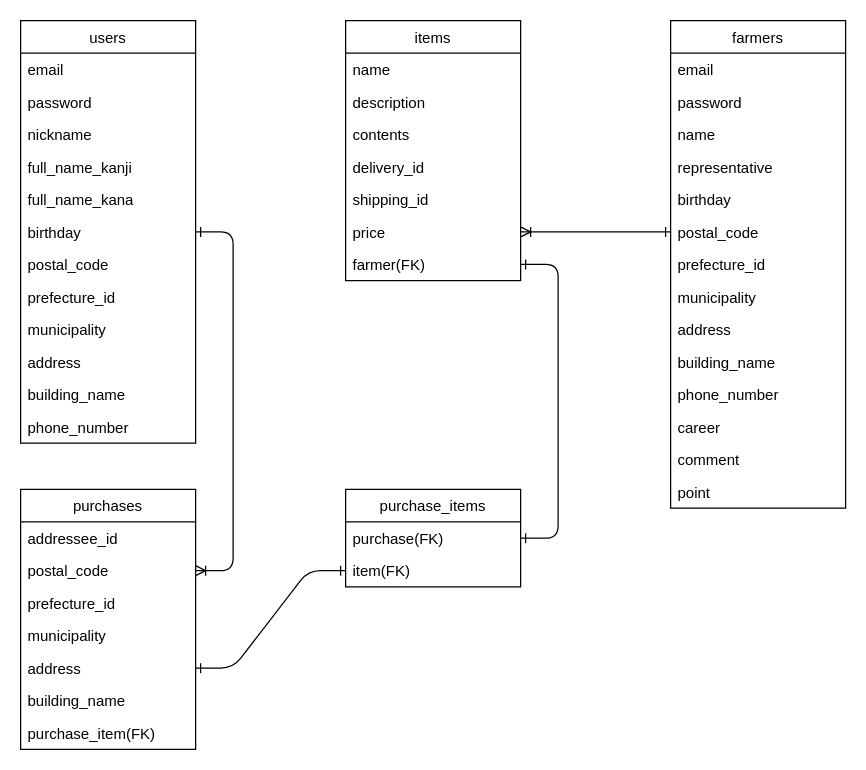
nina2728/vegetabel keeps this draw.io diagram as vegetabel.dio. Above is the earlier version. Source tidied: cells renumbered, new cells numbered last; positions are measured from the earlier drawing's top-left corner, leaving out a move shared by most shapes. Both pictures are drawn from the tidied source at 125%, with x=0, y=0 at pixel (20, 20).
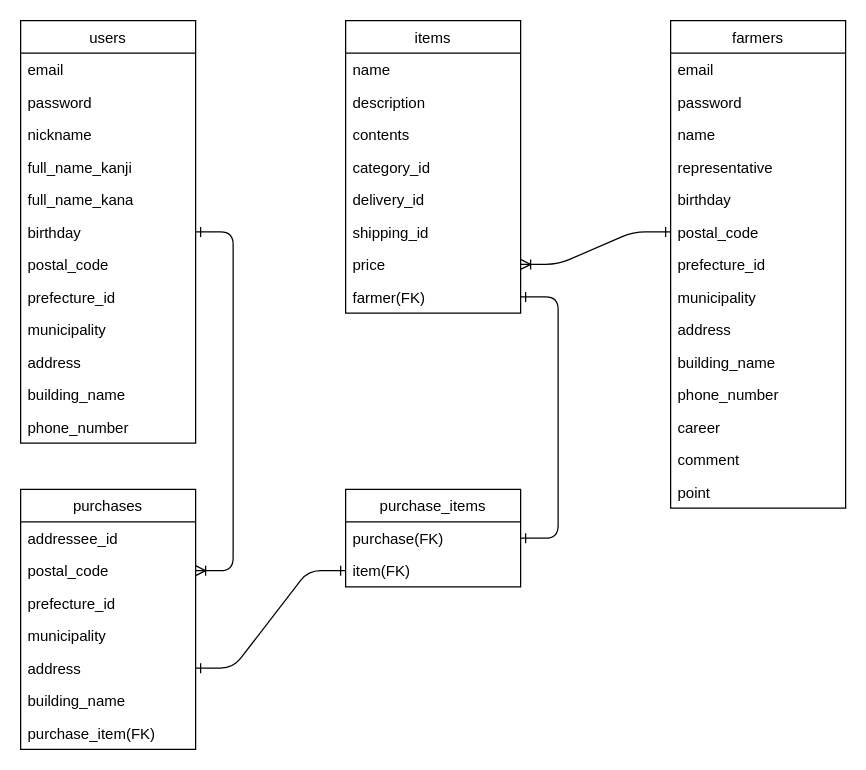
The same diagram, later.

The edit, as a diff of the source:
```diff
@@
     <mxCell id="41" value="items" style="swimlane;fontStyle=0;horizontal=1;startSize=26;" parent="1" vertex="1">
-      <mxGeometry x="260" width="140" height="208" as="geometry" />
+      <mxGeometry x="260" width="140" height="234" as="geometry" />
     </mxCell>
@@
+    <mxCell id="53" value="category_id" style="text;strokeColor=none;fillColor=none;align=left;verticalAlign=top;spacingLeft=4;spacingRight=4;overflow=hidden;" parent="41" vertex="1">
+      <mxGeometry y="104" width="140" height="26" as="geometry" />
+    </mxCell>
     <mxCell id="45" value="delivery_id" style="text;strokeColor=none;fillColor=none;align=left;verticalAlign=top;spacingLeft=4;spacingRight=4;overflow=hidden;" parent="41" vertex="1">
-      <mxGeometry y="104" width="140" height="26" as="geometry" />
+      <mxGeometry y="130" width="140" height="26" as="geometry" />
     </mxCell>
     <mxCell id="46" value="shipping_id" style="text;strokeColor=none;fillColor=none;align=left;verticalAlign=top;spacingLeft=4;spacingRight=4;overflow=hidden;" parent="41" vertex="1">
-      <mxGeometry y="130" width="140" height="26" as="geometry" />
+      <mxGeometry y="156" width="140" height="26" as="geometry" />
     </mxCell>
     <mxCell id="47" value="price" style="text;strokeColor=none;fillColor=none;align=left;verticalAlign=top;spacingLeft=4;spacingRight=4;overflow=hidden;points=[[0,0.5],[1,0.5]];portConstraint=eastwest;" parent="41" vertex="1">
-      <mxGeometry y="156" width="140" height="26" as="geometry" />
+      <mxGeometry y="182" width="140" height="26" as="geometry" />
     </mxCell>
     <mxCell id="48" value="farmer(FK)" style="text;strokeColor=none;fillColor=none;align=left;verticalAlign=top;spacingLeft=4;spacingRight=4;overflow=hidden;points=[[0,0.5],[1,0.5]];portConstraint=eastwest;" parent="41" vertex="1">
-      <mxGeometry y="182" width="140" height="26" as="geometry" />
+      <mxGeometry y="208" width="140" height="26" as="geometry" />
     </mxCell>
```
